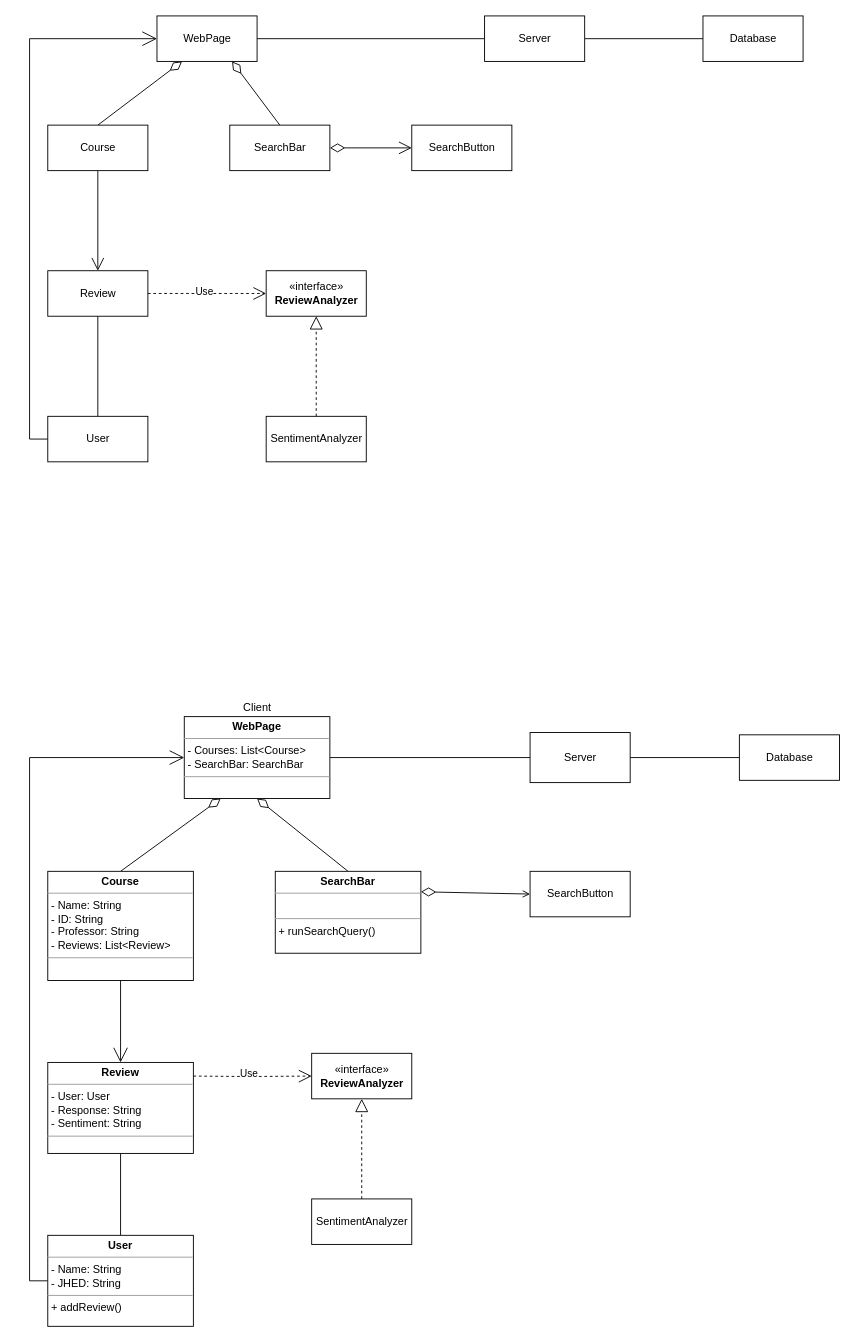
echua3/course-sentiment-analyzer keeps this draw.io diagram as docs/design/class_diagram1.drawio. Above is the earlier version. Source tidied: cells renumbered, new cells numbered last; positions are measured from the earlier drawing's top-left corner, leaving out a move shared by most shapes. Both pictures are drawn from the tidied source at 91%, with x=0, y=0 at pixel (29, 15).
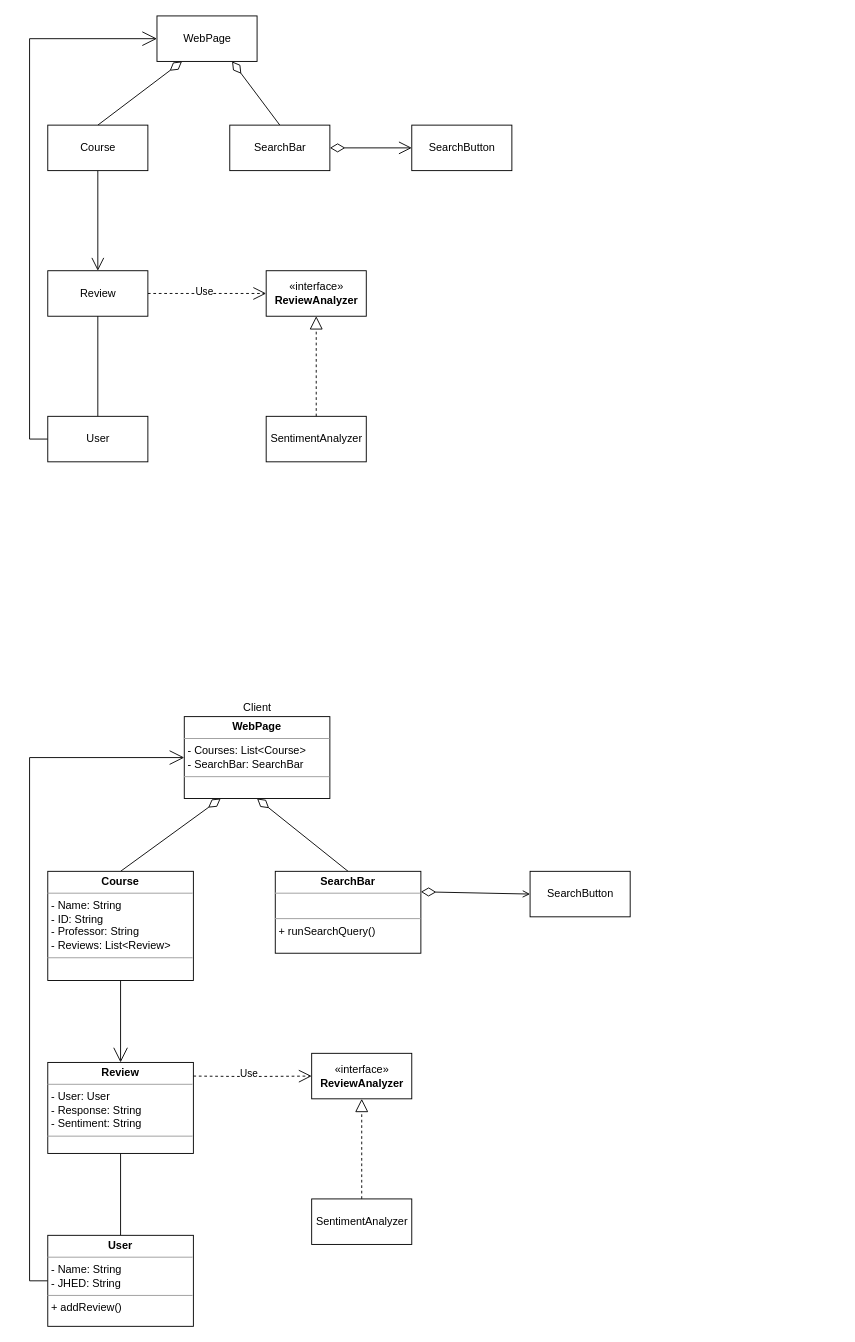
After the change.

Commit message:
remove server and database from class diagram

The change refers to these unchanged cells:
```xml
<mxCell id="5" value="WebPage" style="html=1;" parent="1" vertex="1">
  <mxGeometry x="140" width="110" height="50" as="geometry" />
</mxCell>
<mxCell id="34" value="&lt;p style=&quot;margin:0px;margin-top:4px;text-align:center;&quot;&gt;&lt;b&gt;WebPage&lt;/b&gt;&lt;/p&gt;&lt;hr size=&quot;1&quot;&gt;&lt;p style=&quot;margin:0px;margin-left:4px;&quot;&gt;- Courses: List&amp;lt;Course&amp;gt;&lt;/p&gt;&lt;p style=&quot;margin:0px;margin-left:4px;&quot;&gt;- SearchBar: SearchBar&lt;br&gt;&lt;/p&gt;&lt;hr size=&quot;1&quot;&gt;&lt;p style=&quot;margin:0px;margin-left:4px;&quot;&gt;&lt;br&gt;&lt;/p&gt;" style="verticalAlign=top;align=left;overflow=fill;fontSize=12;fontFamily=Helvetica;html=1;" parent="1" vertex="1">
  <mxGeometry x="170" y="770" width="160" height="90" as="geometry" />
</mxCell>
```

Diff of the diagram source:
```diff
@@
-    <mxCell id="4" style="edgeStyle=none;rounded=0;jettySize=auto;html=1;exitX=1;exitY=0.5;exitDx=0;exitDy=0;entryX=0;entryY=0.5;entryDx=0;entryDy=0;startArrow=none;startFill=0;endArrow=none;endFill=0;startSize=14;endSize=12;sourcePerimeterSpacing=0;" parent="1" edge="1" source="5" target="17">
-      <mxGeometry relative="1" as="geometry" />
-    </mxCell>
@@
-    <mxCell id="16" style="edgeStyle=none;rounded=0;jettySize=auto;html=1;exitX=1;exitY=0.5;exitDx=0;exitDy=0;entryX=0;entryY=0.5;entryDx=0;entryDy=0;startArrow=none;startFill=0;endArrow=none;endFill=0;startSize=14;endSize=12;sourcePerimeterSpacing=0;" parent="1" edge="1" source="17" target="18">
-      <mxGeometry relative="1" as="geometry" />
-    </mxCell>
-    <mxCell id="17" value="Server" style="html=1;" parent="1" vertex="1">
-      <mxGeometry x="500" width="110" height="50" as="geometry" />
-    </mxCell>
-    <mxCell id="18" value="Database" style="html=1;" parent="1" vertex="1">
-      <mxGeometry x="740" width="110" height="50" as="geometry" />
-    </mxCell>
@@
-    <mxCell id="33" style="rounded=0;jettySize=auto;html=1;exitX=1;exitY=0.5;exitDx=0;exitDy=0;startArrow=none;startFill=0;endArrow=none;endFill=0;startSize=14;endSize=12;sourcePerimeterSpacing=0;" parent="1" edge="1" source="34" target="35">
-      <mxGeometry relative="1" as="geometry" />
-    </mxCell>
@@
-    <mxCell id="35" value="Server" style="html=1;" parent="1" vertex="1">
-      <mxGeometry x="550" y="787.5" width="110" height="55" as="geometry" />
-    </mxCell>
-    <mxCell id="36" style="edgeStyle=none;rounded=0;jettySize=auto;html=1;exitX=0;exitY=0.5;exitDx=0;exitDy=0;startArrow=none;startFill=0;endArrow=none;endFill=0;startSize=14;endSize=14;sourcePerimeterSpacing=0;" parent="1" edge="1" source="37" target="35">
-      <mxGeometry relative="1" as="geometry" />
-    </mxCell>
-    <mxCell id="37" value="Database" style="html=1;" parent="1" vertex="1">
-      <mxGeometry x="780" y="790" width="110" height="50" as="geometry" />
-    </mxCell>
```
